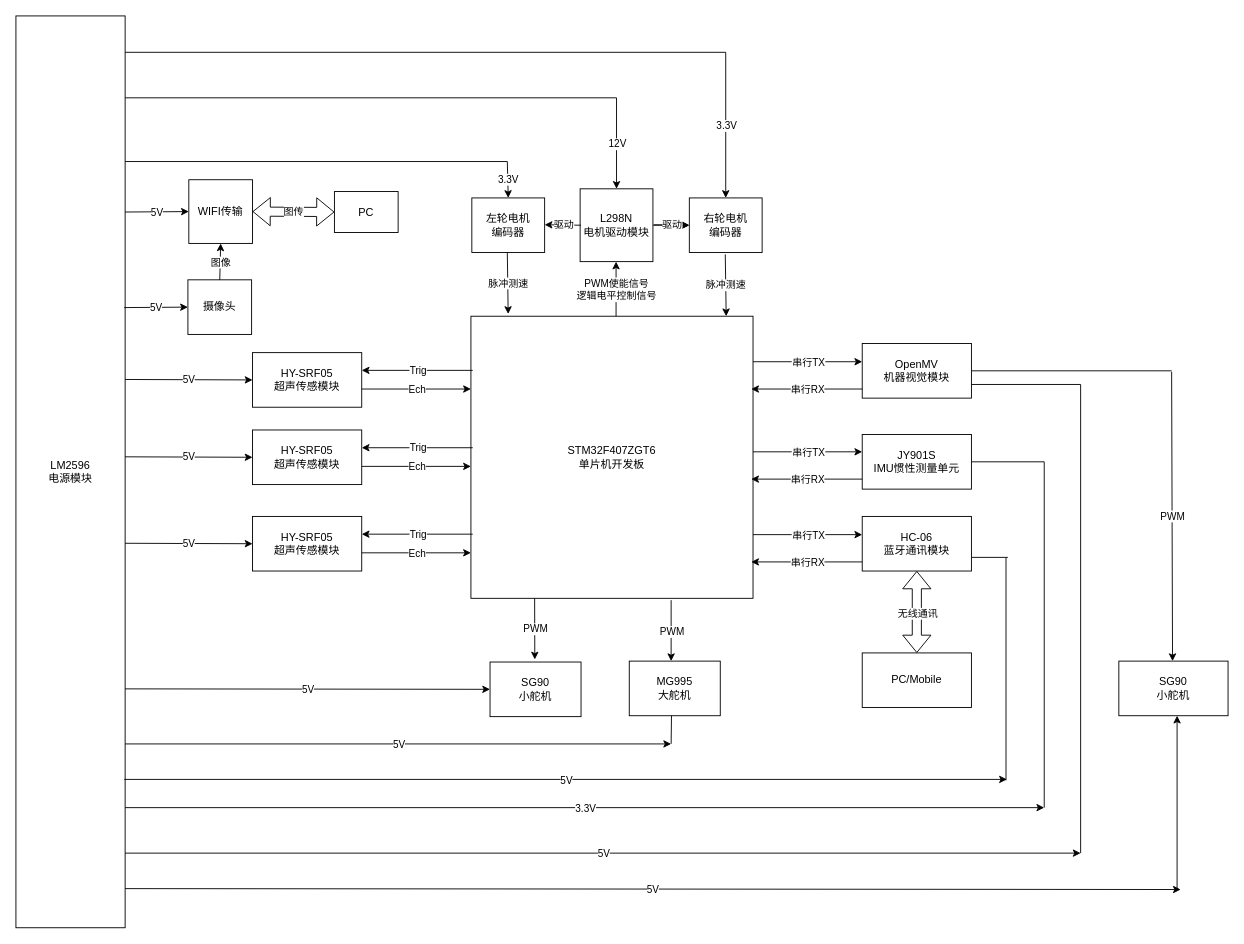
QiuYi111/AutonomousCar- keeps this draw.io diagram as Ele-diagram/Ele-diagram.drawio. Above is the earlier version. Source tidied: cells renumbered, new cells numbered last; positions are measured from the earlier drawing's top-left corner, leaving out a move shared by most shapes. Both pictures are drawn from the tidied source at 91%, with x=0, y=0 at pixel (15, 15).
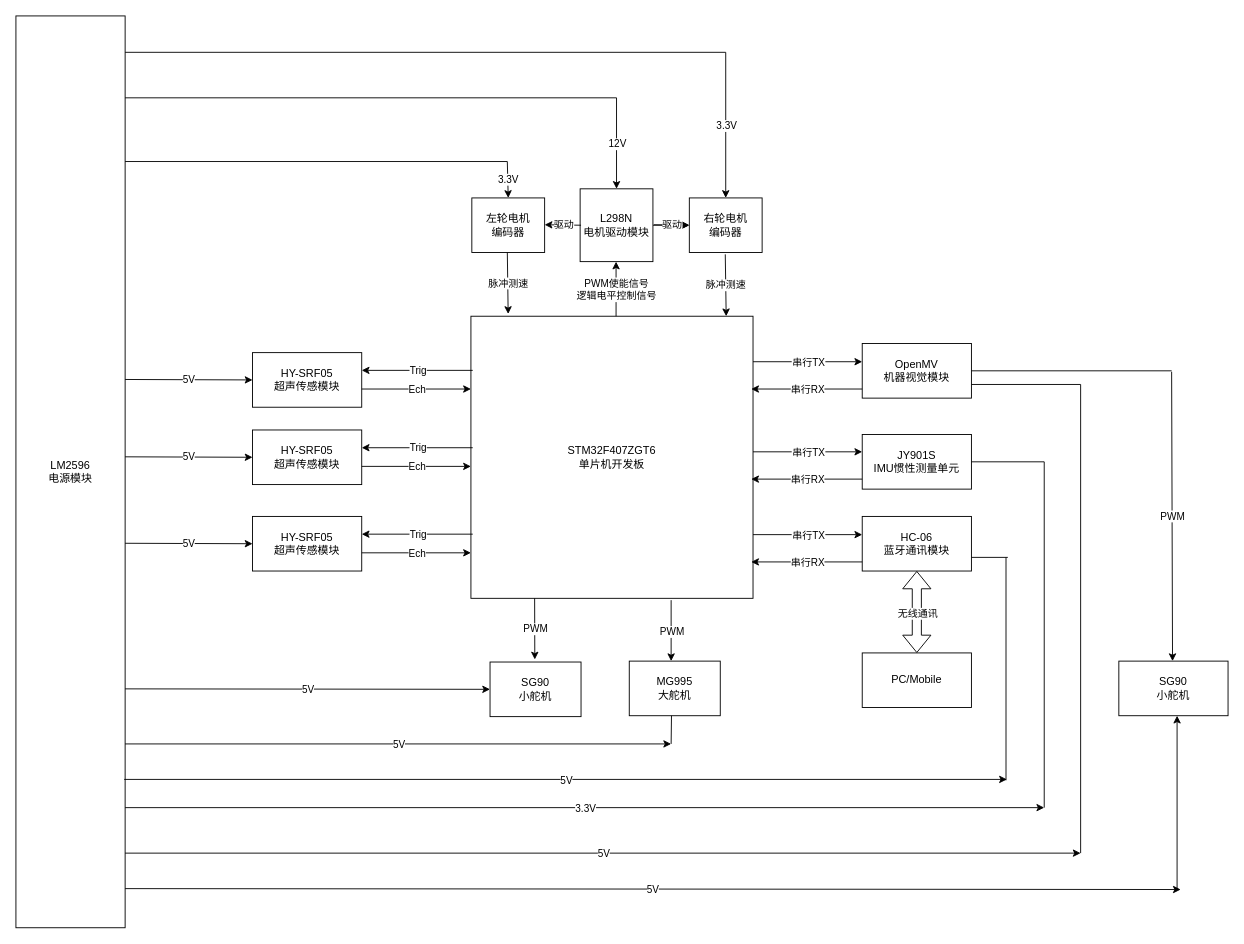
The same page after the edit.

Commit message (it also covers changes not shown here):
change diagram and pin-design

The edit, as a diff of the source:
```diff
@@
-    <mxCell id="81" value="摄像头" style="rounded=0;whiteSpace=wrap;html=1;" parent="1" vertex="1">
-      <mxGeometry x="189" y="290" width="70" height="60" as="geometry" />
-    </mxCell>
-    <mxCell id="82" value="WIFI传输" style="whiteSpace=wrap;html=1;" parent="1" vertex="1">
-      <mxGeometry x="190" y="180" width="70" height="70" as="geometry" />
-    </mxCell>
-    <mxCell id="83" value="PC" style="rounded=0;whiteSpace=wrap;html=1;" parent="1" vertex="1">
-      <mxGeometry x="350" y="193" width="70" height="45" as="geometry" />
-    </mxCell>
-    <mxCell id="84" value="图传" style="shape=flexArrow;endArrow=classic;startArrow=classic;html=1;rounded=0;exitX=1;exitY=0.5;exitDx=0;exitDy=0;entryX=0;entryY=0.5;entryDx=0;entryDy=0;" parent="1" edge="1" source="82" target="83">
-      <mxGeometry relative="1" as="geometry" />
-    </mxCell>
-    <mxCell id="85" style="endArrow=classic;html=1;rounded=0;exitX=0.5;exitY=0;exitDx=0;exitDy=0;entryX=0.5;entryY=1;entryDx=0;entryDy=0;" parent="1" edge="1" source="81" target="82">
-      <mxGeometry relative="1" as="geometry" />
-    </mxCell>
-    <mxCell id="86" value="图像" style="edgeLabel;html=1;align=center;verticalAlign=middle;" parent="85" vertex="1">
-      <mxGeometry relative="1" as="geometry" />
-    </mxCell>
-    <mxCell id="87" style="endArrow=classic;html=1;rounded=0;entryX=0;entryY=0.5;entryDx=0;entryDy=0;" parent="1" edge="1" target="82">
-      <mxGeometry relative="1" as="geometry">
-        <mxPoint x="120" y="215.5" as="sourcePoint" />
-      </mxGeometry>
-    </mxCell>
-    <mxCell id="88" value="5V" style="edgeLabel;html=1;align=center;verticalAlign=middle;" parent="87" vertex="1">
-      <mxGeometry relative="1" as="geometry" />
-    </mxCell>
-    <mxCell id="89" style="endArrow=classic;html=1;rounded=0;entryX=0;entryY=0.5;entryDx=0;entryDy=0;" parent="1" edge="1">
-      <mxGeometry relative="1" as="geometry">
-        <mxPoint x="119" y="320.5" as="sourcePoint" />
-        <mxPoint x="189" y="320" as="targetPoint" />
-      </mxGeometry>
-    </mxCell>
-    <mxCell id="90" value="5V" style="edgeLabel;html=1;align=center;verticalAlign=middle;" parent="89" vertex="1">
-      <mxGeometry relative="1" as="geometry" />
-    </mxCell>
```
